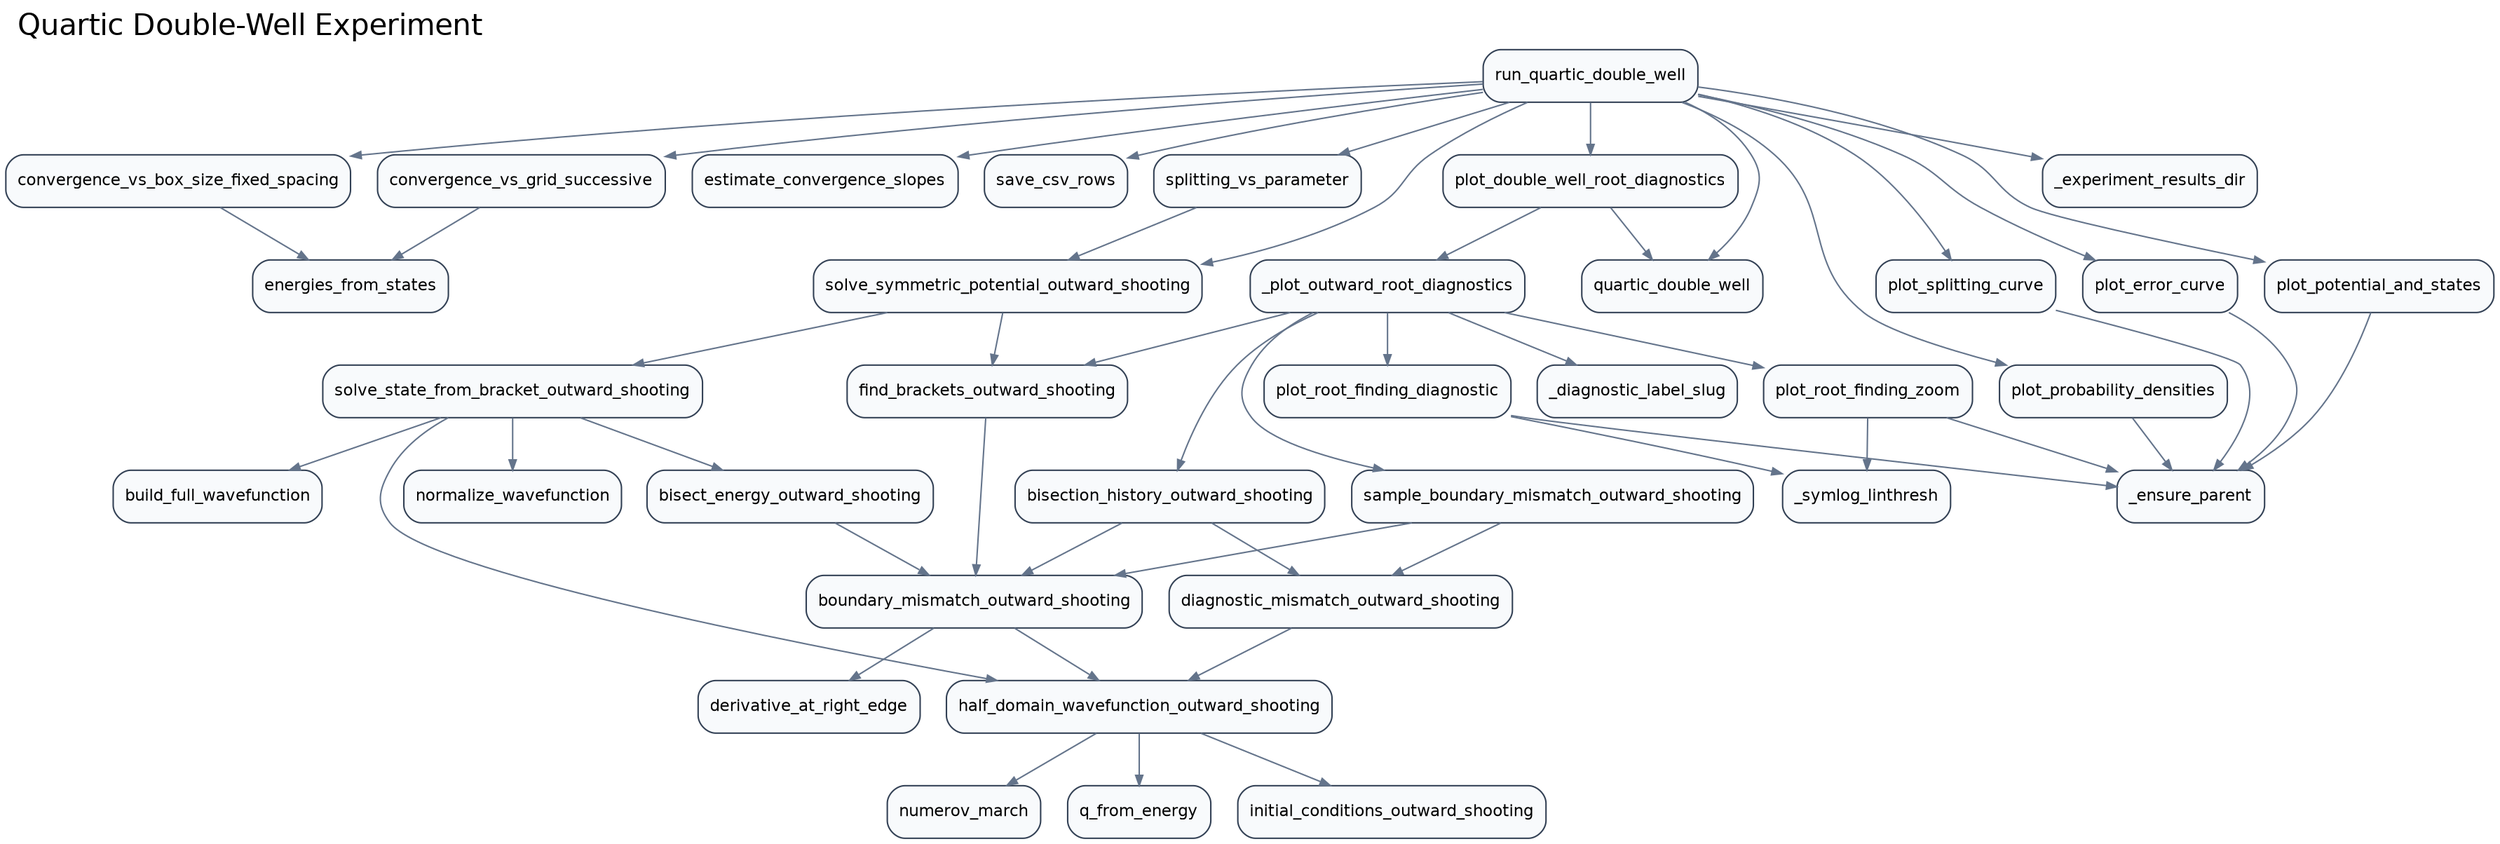
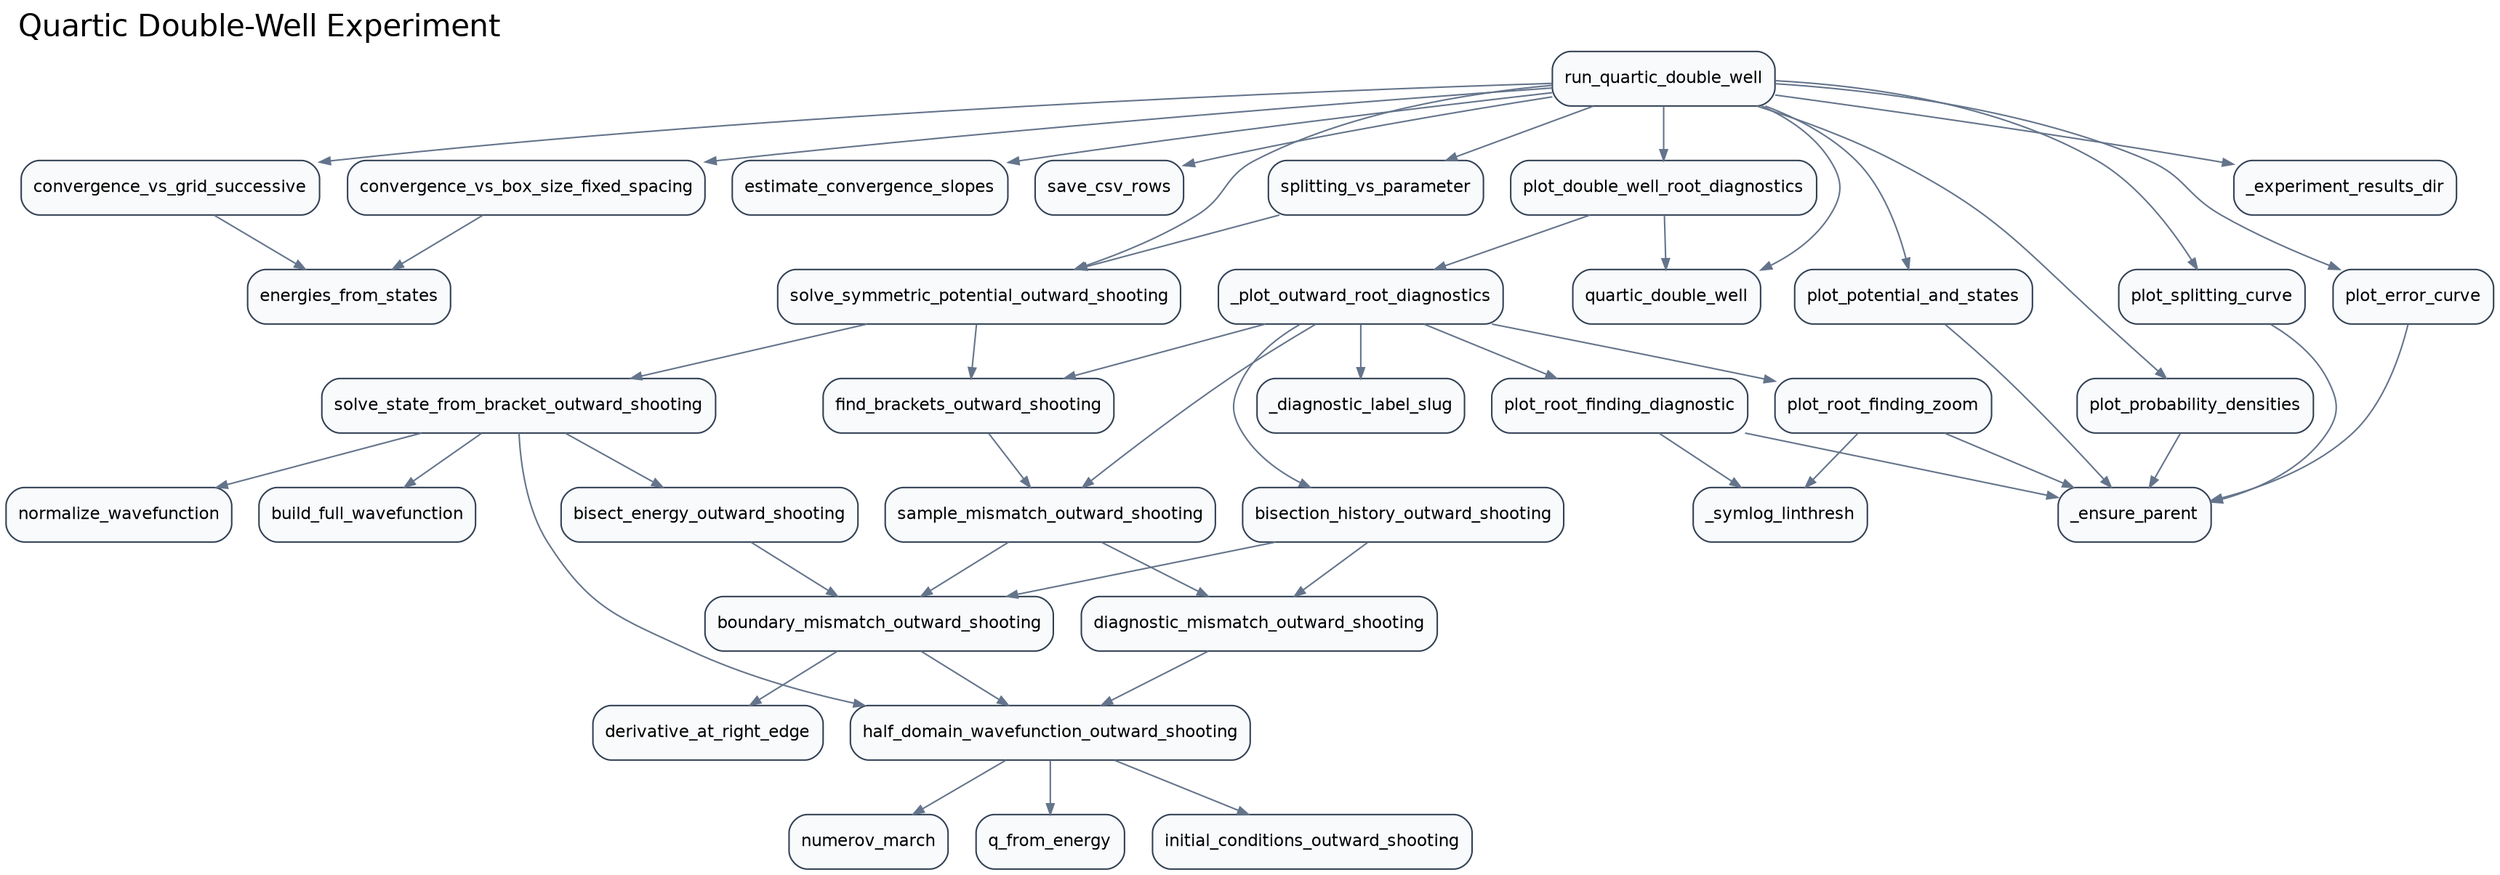
digraph G {
  rankdir="TB";
  graph [labeljust="l", labelloc="t", fontsize=20, fontname="Helvetica"];
  label="Quartic Double-Well Experiment";
  node [shape=box, style="rounded,filled", fillcolor="#F8FAFC", color="#334155", fontname="Helvetica", fontsize=11];
  edge [color="#64748B", arrowsize=0.7];
  src_analysis_convergence_vs_box_size_fixed_spacing [label="convergence_vs_box_size_fixed_spacing"];
  src_analysis_convergence_vs_grid_successive [label="convergence_vs_grid_successive"];
  src_analysis_energies_from_states [label="energies_from_states"];
  src_analysis_estimate_convergence_slopes [label="estimate_convergence_slopes"];
  src_analysis_save_csv_rows [label="save_csv_rows"];
  src_analysis_splitting_vs_parameter [label="splitting_vs_parameter"];
  src_diagnostics__diagnostic_label_slug [label="_diagnostic_label_slug"];
  src_diagnostics__plot_outward_root_diagnostics [label="_plot_outward_root_diagnostics"];
  src_diagnostics_plot_double_well_root_diagnostics [label="plot_double_well_root_diagnostics"];
  src_experiments__experiment_results_dir [label="_experiment_results_dir"];
  src_experiments_run_quartic_double_well [label="run_quartic_double_well"];
  src_numerov_derivative_at_right_edge [label="derivative_at_right_edge"];
  src_numerov_normalize_wavefunction [label="normalize_wavefunction"];
  src_numerov_numerov_march [label="numerov_march"];
  src_numerov_q_from_energy [label="q_from_energy"];
  src_plotting__ensure_parent [label="_ensure_parent"];
  src_plotting__symlog_linthresh [label="_symlog_linthresh"];
  src_plotting_plot_error_curve [label="plot_error_curve"];
  src_plotting_plot_potential_and_states [label="plot_potential_and_states"];
  src_plotting_plot_probability_densities [label="plot_probability_densities"];
  src_plotting_plot_root_finding_diagnostic [label="plot_root_finding_diagnostic"];
  src_plotting_plot_root_finding_zoom [label="plot_root_finding_zoom"];
  src_plotting_plot_splitting_curve [label="plot_splitting_curve"];
  src_potentials_quartic_double_well [label="quartic_double_well"];
  src_shooting_bisect_energy_outward_shooting [label="bisect_energy_outward_shooting"];
  src_shooting_bisection_history_outward_shooting [label="bisection_history_outward_shooting"];
  src_shooting_boundary_mismatch_outward_shooting [label="boundary_mismatch_outward_shooting"];
  src_shooting_build_full_wavefunction [label="build_full_wavefunction"];
  src_shooting_diagnostic_mismatch_outward_shooting [label="diagnostic_mismatch_outward_shooting"];
  src_shooting_find_brackets_outward_shooting [label="find_brackets_outward_shooting"];
  src_shooting_half_domain_wavefunction_outward_shooting [label="half_domain_wavefunction_outward_shooting"];
  src_shooting_initial_conditions_outward_shooting [label="initial_conditions_outward_shooting"];
-   src_shooting_sample_boundary_mismatch_outward_shooting [label="sample_boundary_mismatch_outward_shooting"];
+   src_shooting_sample_mismatch_outward_shooting [label="sample_mismatch_outward_shooting"];
  src_shooting_solve_state_from_bracket_outward_shooting [label="solve_state_from_bracket_outward_shooting"];
  src_shooting_solve_symmetric_potential_outward_shooting [label="solve_symmetric_potential_outward_shooting"];
  src_analysis_convergence_vs_box_size_fixed_spacing -> src_analysis_energies_from_states;
  src_analysis_convergence_vs_grid_successive -> src_analysis_energies_from_states;
  src_analysis_splitting_vs_parameter -> src_shooting_solve_symmetric_potential_outward_shooting;
  src_diagnostics__plot_outward_root_diagnostics -> src_diagnostics__diagnostic_label_slug;
  src_diagnostics__plot_outward_root_diagnostics -> src_plotting_plot_root_finding_diagnostic;
  src_diagnostics__plot_outward_root_diagnostics -> src_plotting_plot_root_finding_zoom;
  src_diagnostics__plot_outward_root_diagnostics -> src_shooting_bisection_history_outward_shooting;
  src_diagnostics__plot_outward_root_diagnostics -> src_shooting_find_brackets_outward_shooting;
-   src_diagnostics__plot_outward_root_diagnostics -> src_shooting_sample_boundary_mismatch_outward_shooting;
+   src_diagnostics__plot_outward_root_diagnostics -> src_shooting_sample_mismatch_outward_shooting;
  src_diagnostics_plot_double_well_root_diagnostics -> src_diagnostics__plot_outward_root_diagnostics;
  src_diagnostics_plot_double_well_root_diagnostics -> src_potentials_quartic_double_well;
  src_experiments_run_quartic_double_well -> src_analysis_convergence_vs_box_size_fixed_spacing;
  src_experiments_run_quartic_double_well -> src_analysis_convergence_vs_grid_successive;
  src_experiments_run_quartic_double_well -> src_analysis_estimate_convergence_slopes;
  src_experiments_run_quartic_double_well -> src_analysis_save_csv_rows;
  src_experiments_run_quartic_double_well -> src_analysis_splitting_vs_parameter;
  src_experiments_run_quartic_double_well -> src_diagnostics_plot_double_well_root_diagnostics;
  src_experiments_run_quartic_double_well -> src_experiments__experiment_results_dir;
  src_experiments_run_quartic_double_well -> src_plotting_plot_error_curve;
  src_experiments_run_quartic_double_well -> src_plotting_plot_potential_and_states;
  src_experiments_run_quartic_double_well -> src_plotting_plot_probability_densities;
  src_experiments_run_quartic_double_well -> src_plotting_plot_splitting_curve;
  src_experiments_run_quartic_double_well -> src_potentials_quartic_double_well;
  src_experiments_run_quartic_double_well -> src_shooting_solve_symmetric_potential_outward_shooting;
  src_plotting_plot_error_curve -> src_plotting__ensure_parent;
  src_plotting_plot_potential_and_states -> src_plotting__ensure_parent;
  src_plotting_plot_probability_densities -> src_plotting__ensure_parent;
  src_plotting_plot_root_finding_diagnostic -> src_plotting__ensure_parent;
  src_plotting_plot_root_finding_diagnostic -> src_plotting__symlog_linthresh;
  src_plotting_plot_root_finding_zoom -> src_plotting__ensure_parent;
  src_plotting_plot_root_finding_zoom -> src_plotting__symlog_linthresh;
  src_plotting_plot_splitting_curve -> src_plotting__ensure_parent;
  src_shooting_bisect_energy_outward_shooting -> src_shooting_boundary_mismatch_outward_shooting;
  src_shooting_bisection_history_outward_shooting -> src_shooting_boundary_mismatch_outward_shooting;
  src_shooting_bisection_history_outward_shooting -> src_shooting_diagnostic_mismatch_outward_shooting;
  src_shooting_boundary_mismatch_outward_shooting -> src_numerov_derivative_at_right_edge;
  src_shooting_boundary_mismatch_outward_shooting -> src_shooting_half_domain_wavefunction_outward_shooting;
  src_shooting_diagnostic_mismatch_outward_shooting -> src_shooting_half_domain_wavefunction_outward_shooting;
-   src_shooting_find_brackets_outward_shooting -> src_shooting_boundary_mismatch_outward_shooting;
+   src_shooting_find_brackets_outward_shooting -> src_shooting_sample_mismatch_outward_shooting;
  src_shooting_half_domain_wavefunction_outward_shooting -> src_numerov_numerov_march;
  src_shooting_half_domain_wavefunction_outward_shooting -> src_numerov_q_from_energy;
  src_shooting_half_domain_wavefunction_outward_shooting -> src_shooting_initial_conditions_outward_shooting;
-   src_shooting_sample_boundary_mismatch_outward_shooting -> src_shooting_boundary_mismatch_outward_shooting;
-   src_shooting_sample_boundary_mismatch_outward_shooting -> src_shooting_diagnostic_mismatch_outward_shooting;
+   src_shooting_sample_mismatch_outward_shooting -> src_shooting_boundary_mismatch_outward_shooting;
+   src_shooting_sample_mismatch_outward_shooting -> src_shooting_diagnostic_mismatch_outward_shooting;
  src_shooting_solve_state_from_bracket_outward_shooting -> src_numerov_normalize_wavefunction;
  src_shooting_solve_state_from_bracket_outward_shooting -> src_shooting_bisect_energy_outward_shooting;
  src_shooting_solve_state_from_bracket_outward_shooting -> src_shooting_build_full_wavefunction;
  src_shooting_solve_state_from_bracket_outward_shooting -> src_shooting_half_domain_wavefunction_outward_shooting;
  src_shooting_solve_symmetric_potential_outward_shooting -> src_shooting_find_brackets_outward_shooting;
  src_shooting_solve_symmetric_potential_outward_shooting -> src_shooting_solve_state_from_bracket_outward_shooting;
}
